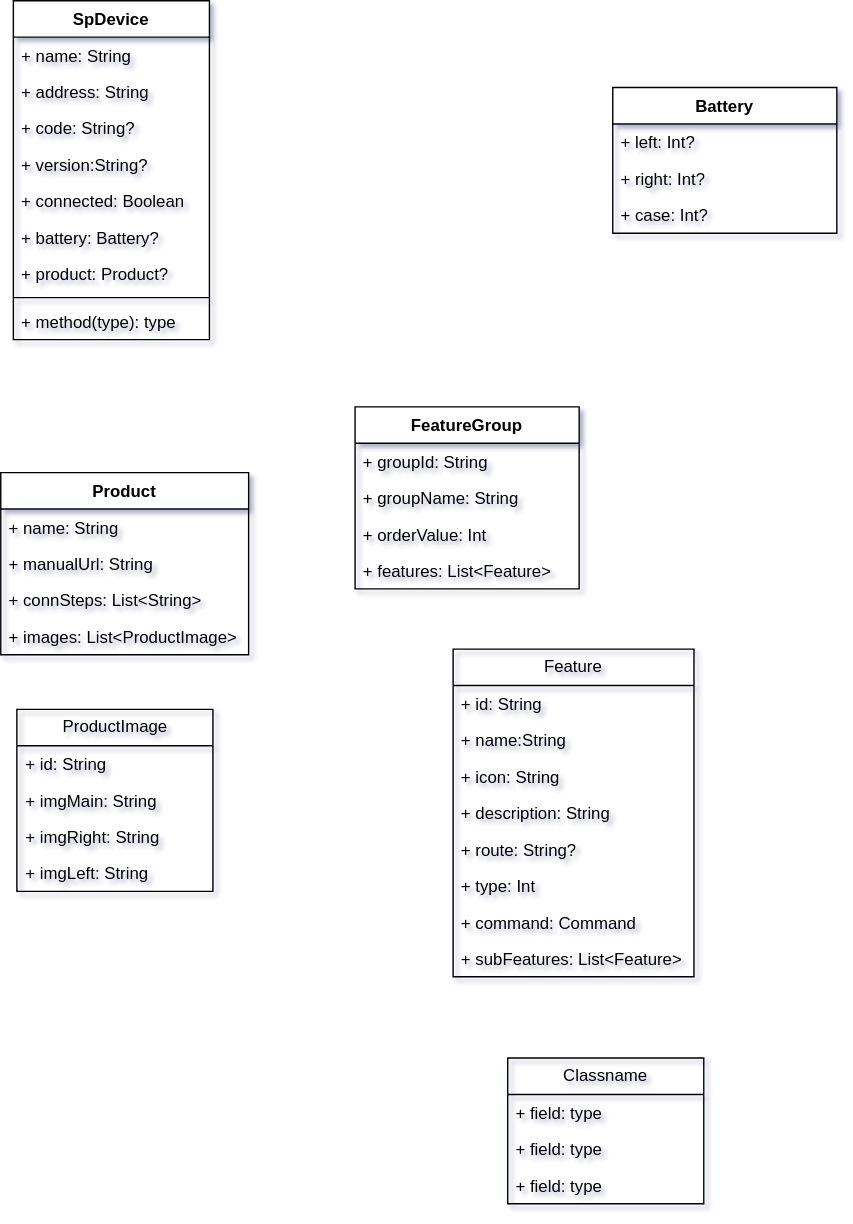
Above: 未命名绘图.drawio.svg in kekemao00/draw-libs (draw.io), before the change. Source tidied: cells renumbered, new cells last; positions are measured from the earlier drawing's top-left corner, leaving out a move shared by most shapes.
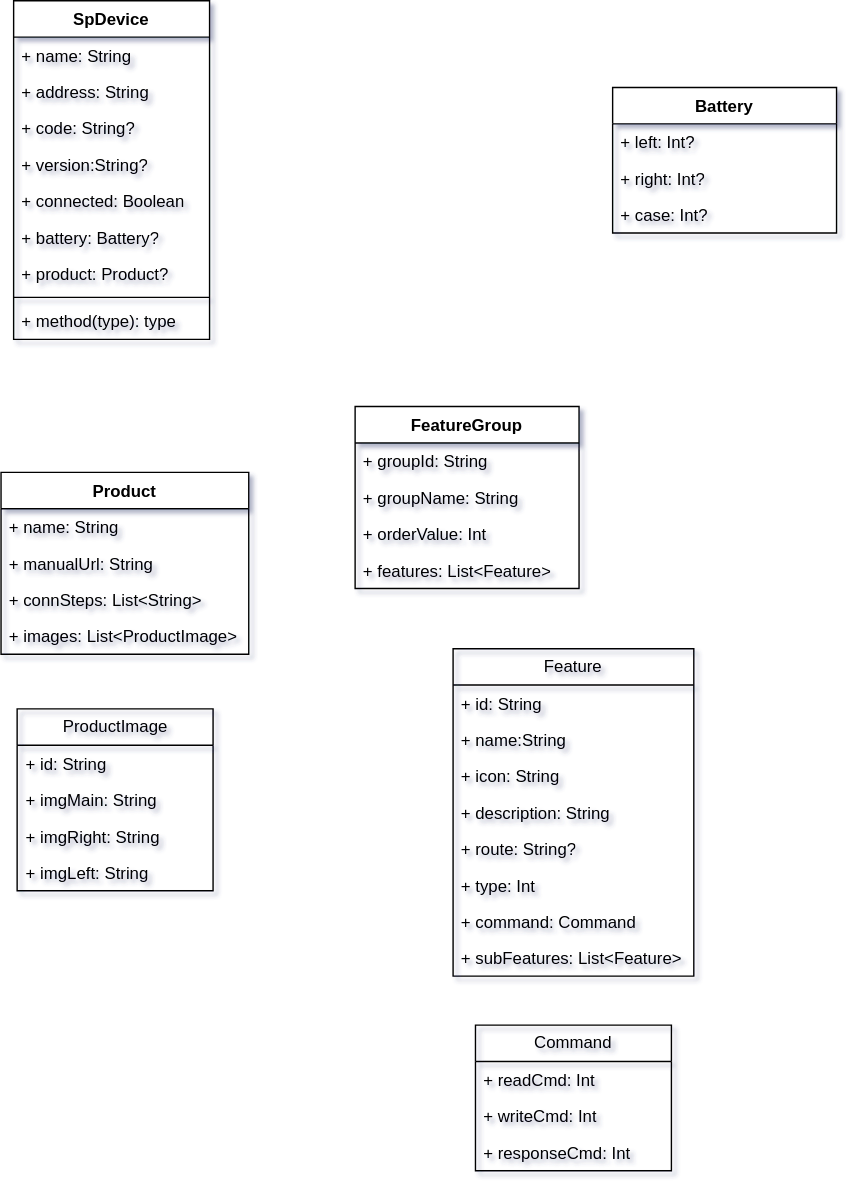
The same diagram one commit later.

Commit message:
更新未命名绘图.drawio.svg

What changed in the source:
```diff
@@ -116,16 +116,16 @@
     <mxCell id="39" value="+ subFeatures: List&amp;lt;Feature&amp;gt;" style="text;strokeColor=none;fillColor=none;align=left;verticalAlign=top;spacingLeft=4;spacingRight=4;overflow=hidden;whiteSpace=wrap;html=1;" parent="31" vertex="1">
       <mxGeometry y="208" width="172" height="26" as="geometry" />
     </mxCell>
-    <mxCell id="40" value="Classname" style="swimlane;fontStyle=0;horizontal=1;startSize=26;fillColor=none;whiteSpace=wrap;html=1;" parent="1" vertex="1">
-      <mxGeometry x="362" y="755" width="140" height="104" as="geometry" />
+    <mxCell id="40" value="Command" style="swimlane;fontStyle=0;horizontal=1;startSize=26;fillColor=none;whiteSpace=wrap;html=1;" parent="1" vertex="1">
+      <mxGeometry x="339" y="732" width="140" height="104" as="geometry" />
     </mxCell>
-    <mxCell id="41" value="+ field: type" style="text;strokeColor=none;fillColor=none;align=left;verticalAlign=top;spacingLeft=4;spacingRight=4;overflow=hidden;whiteSpace=wrap;html=1;" parent="40" vertex="1">
+    <mxCell id="41" value="+ readCmd: Int" style="text;strokeColor=none;fillColor=none;align=left;verticalAlign=top;spacingLeft=4;spacingRight=4;overflow=hidden;whiteSpace=wrap;html=1;" parent="40" vertex="1">
       <mxGeometry y="26" width="140" height="26" as="geometry" />
     </mxCell>
-    <mxCell id="42" value="+ field: type" style="text;strokeColor=none;fillColor=none;align=left;verticalAlign=top;spacingLeft=4;spacingRight=4;overflow=hidden;whiteSpace=wrap;html=1;" parent="40" vertex="1">
+    <mxCell id="42" value="+ writeCmd: Int" style="text;strokeColor=none;fillColor=none;align=left;verticalAlign=top;spacingLeft=4;spacingRight=4;overflow=hidden;whiteSpace=wrap;html=1;" parent="40" vertex="1">
       <mxGeometry y="52" width="140" height="26" as="geometry" />
     </mxCell>
-    <mxCell id="43" value="+ field: type" style="text;strokeColor=none;fillColor=none;align=left;verticalAlign=top;spacingLeft=4;spacingRight=4;overflow=hidden;whiteSpace=wrap;html=1;" parent="40" vertex="1">
+    <mxCell id="43" value="+ responseCmd: Int" style="text;strokeColor=none;fillColor=none;align=left;verticalAlign=top;spacingLeft=4;spacingRight=4;overflow=hidden;whiteSpace=wrap;html=1;" parent="40" vertex="1">
       <mxGeometry y="78" width="140" height="26" as="geometry" />
     </mxCell>
   </root>
```
